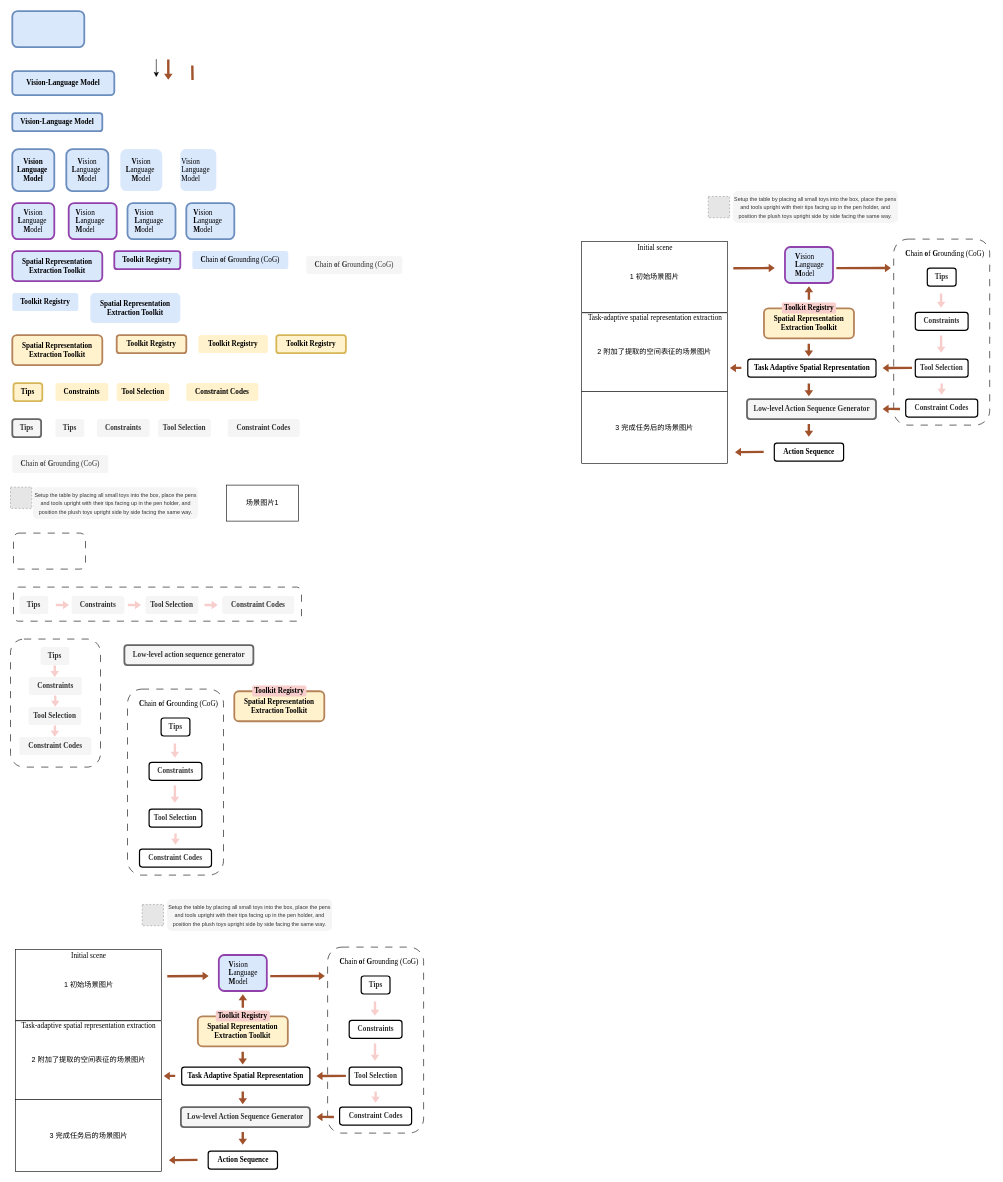
AnonAnonAnonAnonAnon/Figure_live keeps this draw.io diagram as taki.drawio. Above is the earlier version. Source tidied: cells renumbered, new cells numbered last; positions are measured from the earlier drawing's top-left corner, leaving out a move shared by most shapes. Both pictures are drawn from the tidied source at 60%, with x=0, y=0 at pixel (10, 11). Pictures stored in the file or linked from it are replaced by grey dashed boxes.
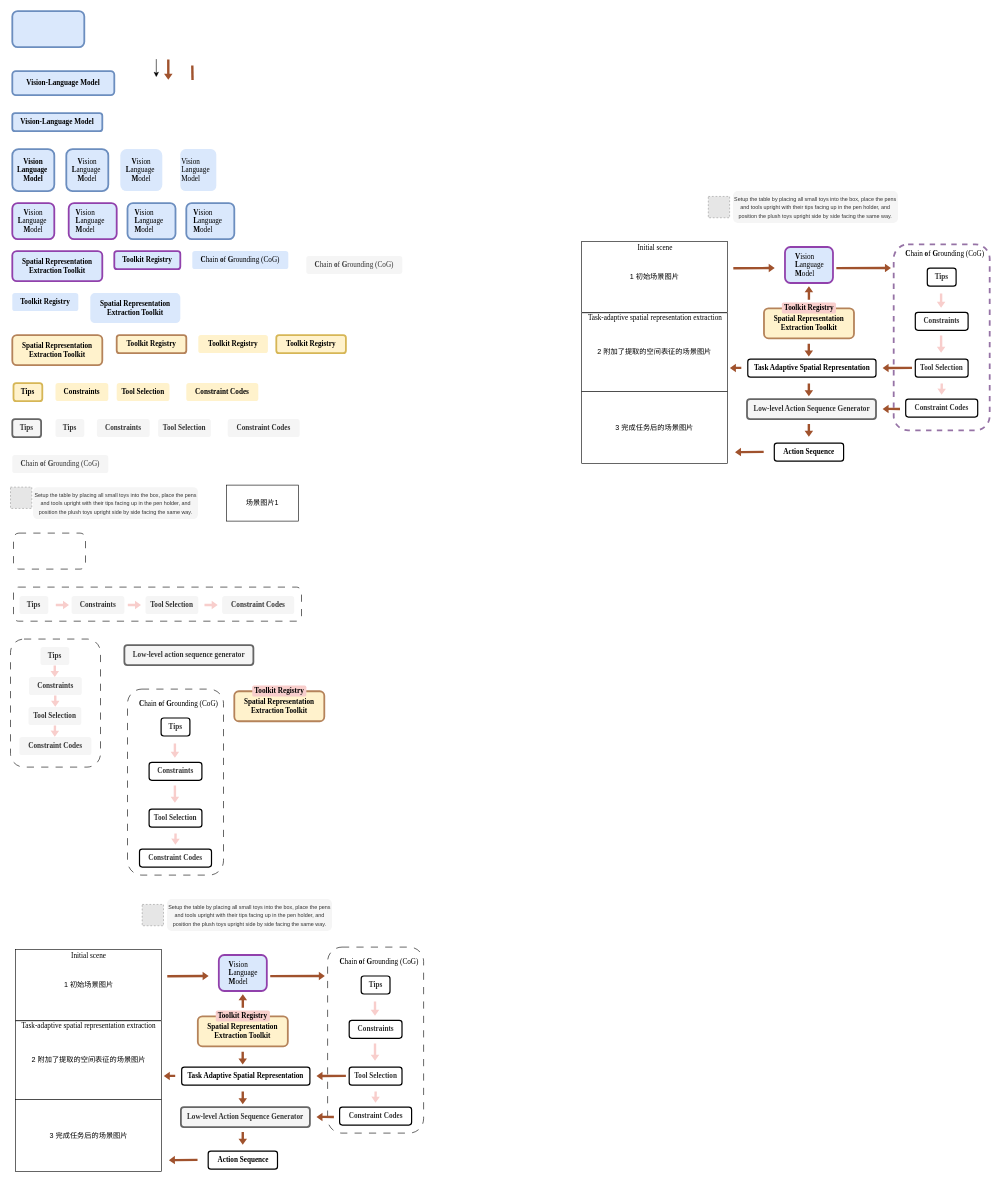
Above is the later version.

Diff of the diagram source:
```diff
@@
-    <mxCell id="69" style="rounded=1;whiteSpace=wrap;html=1;fillColor=none;dashed=1;dashPattern=12 12;" parent="1" vertex="1">
-      <mxGeometry x="1472" y="380" width="160" height="310" as="geometry" />
+    <mxCell id="69" style="rounded=1;whiteSpace=wrap;html=1;fillColor=none;dashed=1;strokeColor=#9673a6;strokeWidth=3;" parent="1" vertex="1">
+      <mxGeometry x="1472" y="388.8" width="160" height="310" as="geometry" />
     </mxCell>
```
